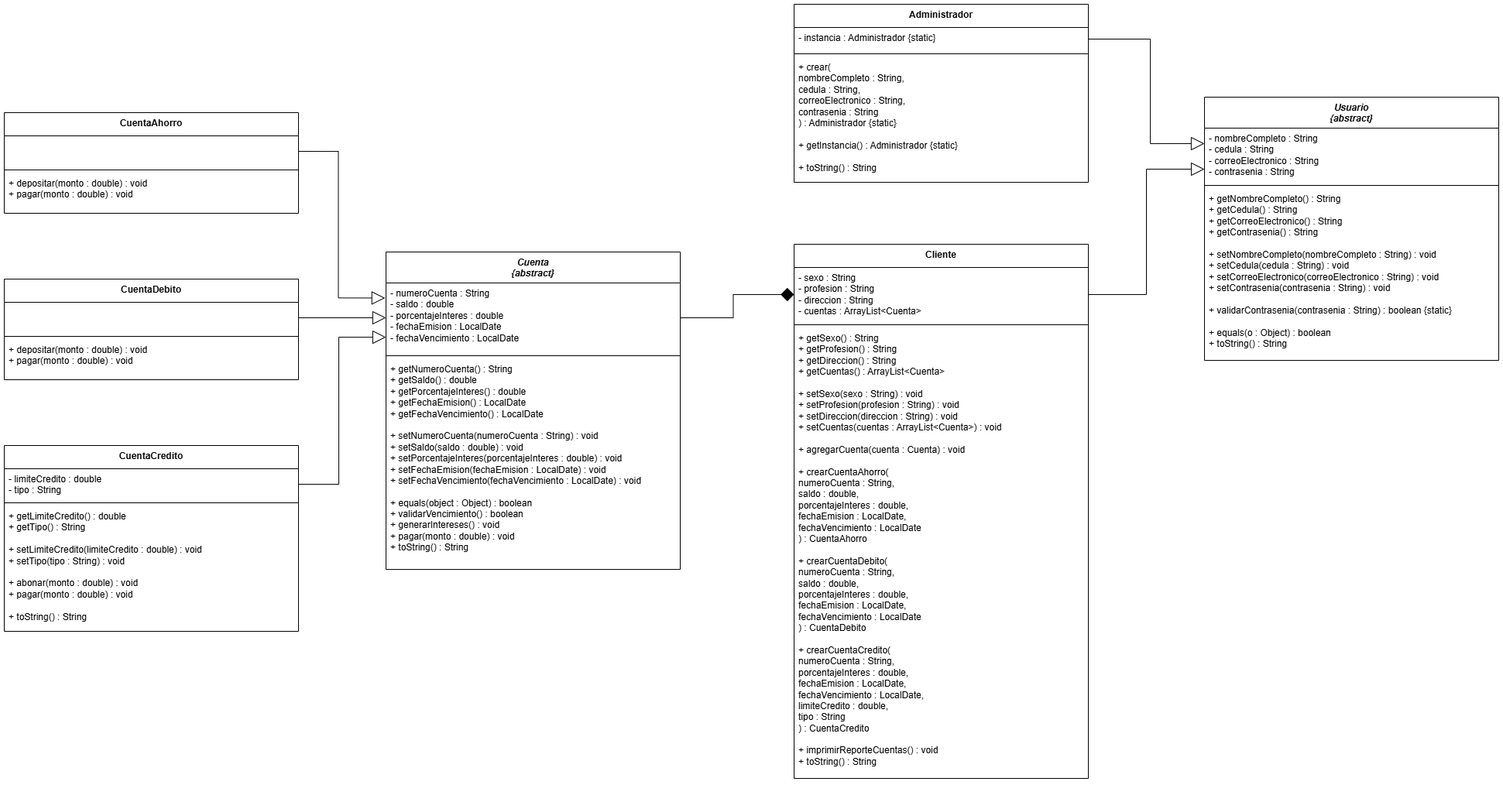
Earlier version of the draw.io export src/Diagrama de Clases - Practica OOP.drawio.png (joseph25cenfotec/Primera-Practica-OOP). Source tidied: cells renumbered, new cells last; positions are measured from the earlier drawing's top-left corner, leaving out a move shared by most shapes.
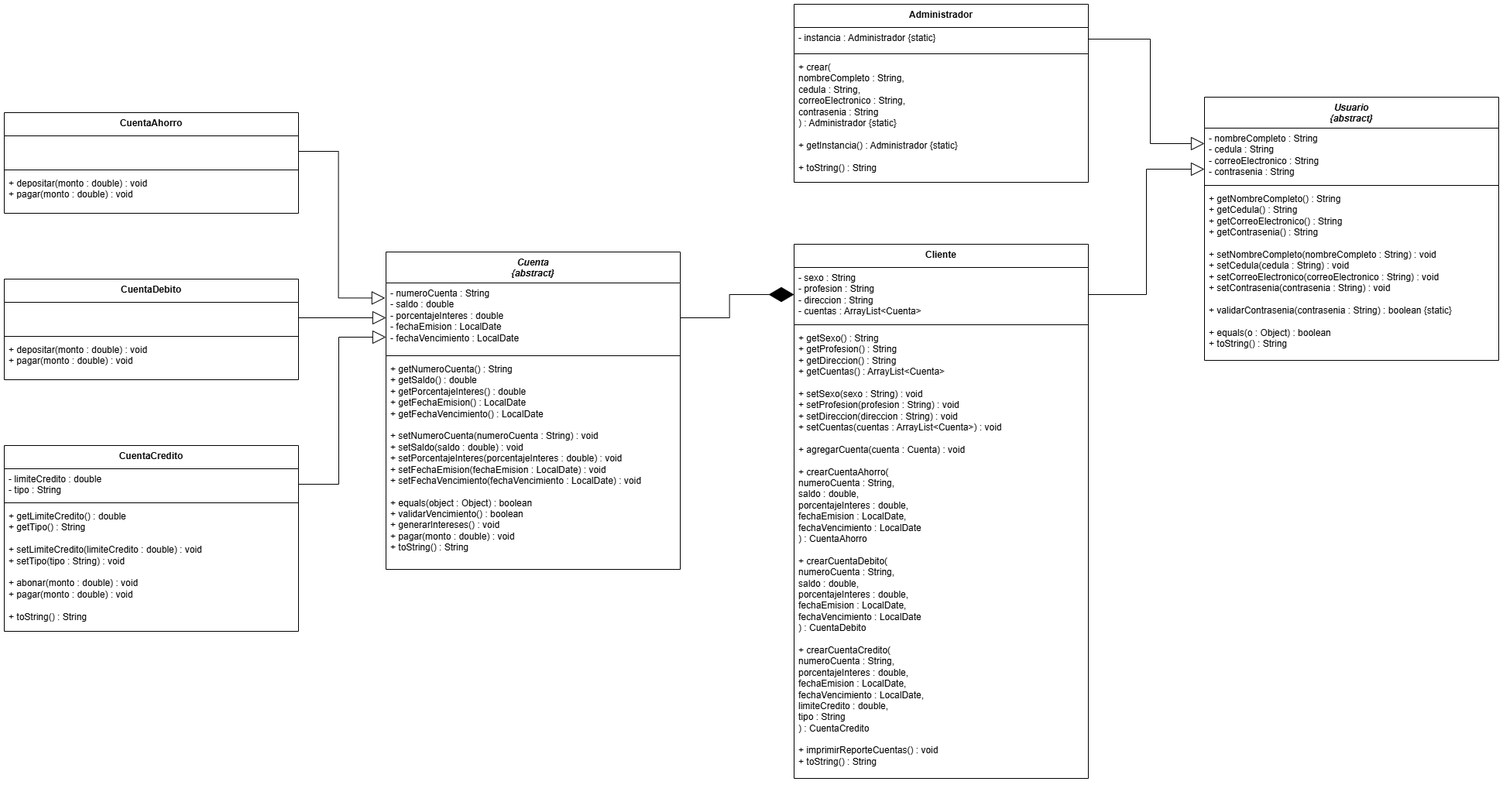
After the change.

Commit message:
Actualizado Diagrama de Clases - Practica OOP.drawio.png con cambio menor

The edit, as a diff of the source:
```diff
@@ -120,7 +120,7 @@
     <mxCell id="34" style="edgeStyle=orthogonalEdgeStyle;rounded=0;jettySize=auto;html=1;exitX=1;exitY=0.5;exitDx=0;exitDy=0;entryX=0;entryY=0.5;entryDx=0;entryDy=0;endArrow=block;endFill=0;endSize=15;" parent="1" edge="1" source="19" target="3">
       <mxGeometry relative="1" as="geometry" />
     </mxCell>
-    <mxCell id="35" style="edgeStyle=orthogonalEdgeStyle;rounded=0;jettySize=auto;html=1;exitX=0;exitY=0.5;exitDx=0;exitDy=0;entryX=1;entryY=0.5;entryDx=0;entryDy=0;endArrow=none;endFill=0;startArrow=diamond;startFill=1;startSize=15;" parent="1" edge="1" source="11" target="3">
+    <mxCell id="35" style="edgeStyle=orthogonalEdgeStyle;rounded=0;jettySize=auto;html=1;exitX=0;exitY=0.5;exitDx=0;exitDy=0;entryX=1;entryY=0.5;entryDx=0;entryDy=0;endArrow=none;endFill=0;startArrow=diamondThin;startFill=1;startSize=30;" parent="1" edge="1" source="11" target="3">
       <mxGeometry relative="1" as="geometry" />
     </mxCell>
   </root>
```
